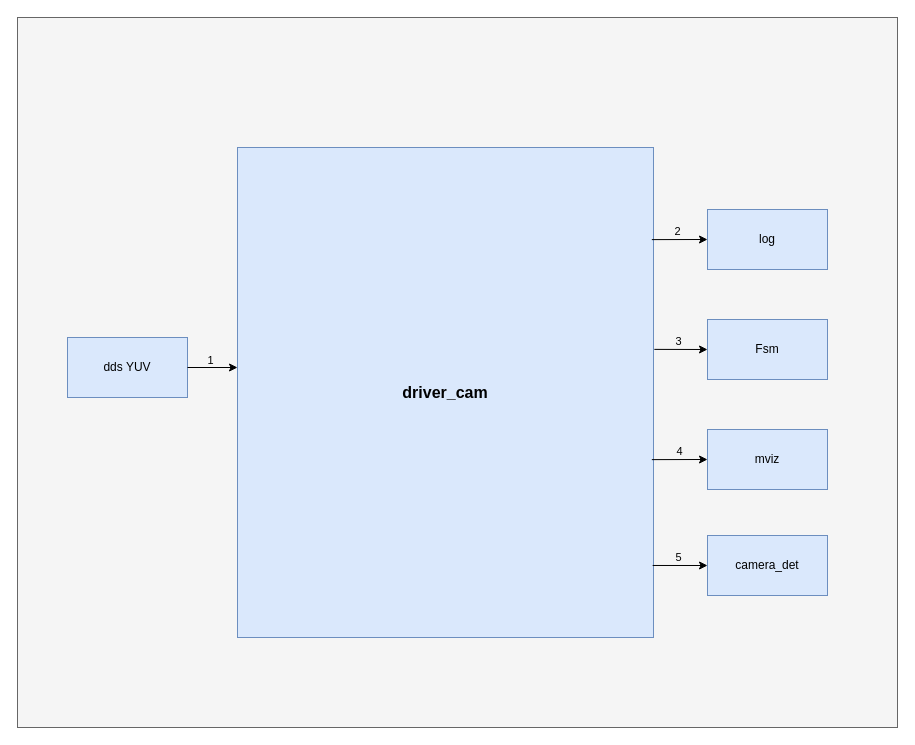
Above: venc输入输出图.drawio in xiaoleli/diagrams (draw.io), before the change. Source tidied: cells renumbered, new cells numbered last; positions are measured from the earlier drawing's top-left corner, leaving out a move shared by most shapes. Both pictures are drawn from the tidied source at 100%, with x=0, y=0 at pixel (17, 17).
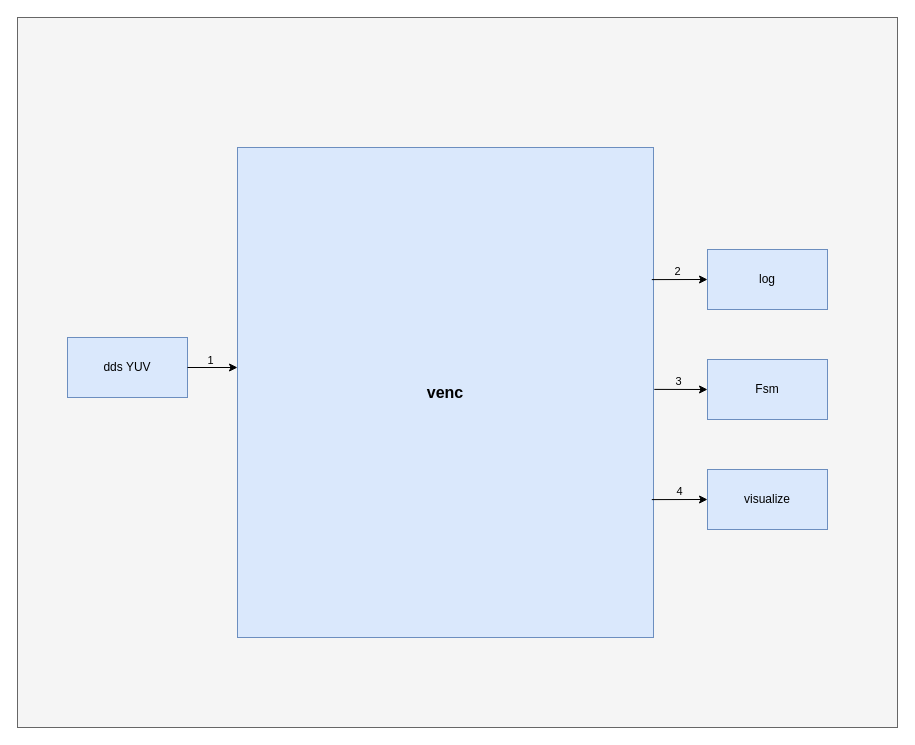
The same diagram, later.

Commit message:
更新venc输入输出图.drawio

Change to the diagram source:
```diff
@@
-    <mxCell id="3" value="&lt;b&gt;&lt;font style=&quot;font-size: 16px;&quot;&gt;driver_cam&lt;/font&gt;&lt;/b&gt;" style="rounded=0;whiteSpace=wrap;html=1;fillColor=#dae8fc;strokeColor=#6c8ebf;" parent="1" vertex="1">
+    <mxCell id="3" value="&lt;b&gt;&lt;font style=&quot;font-size: 16px;&quot;&gt;venc&lt;/font&gt;&lt;/b&gt;" style="rounded=0;whiteSpace=wrap;html=1;fillColor=#dae8fc;strokeColor=#6c8ebf;" parent="1" vertex="1">
       <mxGeometry x="220" y="130" width="416" height="490" as="geometry" />
     </mxCell>
@@
     <mxCell id="5" value="log" style="rounded=0;whiteSpace=wrap;html=1;fillColor=#dae8fc;strokeColor=#6c8ebf;" parent="1" vertex="1">
-      <mxGeometry x="690" y="192" width="120" height="60" as="geometry" />
+      <mxGeometry x="690" y="232" width="120" height="60" as="geometry" />
     </mxCell>
     <mxCell id="6" value="Fsm" style="rounded=0;whiteSpace=wrap;html=1;fillColor=#dae8fc;strokeColor=#6c8ebf;" parent="1" vertex="1">
-      <mxGeometry x="690" y="302" width="120" height="60" as="geometry" />
+      <mxGeometry x="690" y="342" width="120" height="60" as="geometry" />
     </mxCell>
-    <mxCell id="7" value="mviz" style="rounded=0;whiteSpace=wrap;html=1;fillColor=#dae8fc;strokeColor=#6c8ebf;" parent="1" vertex="1">
-      <mxGeometry x="690" y="412" width="120" height="60" as="geometry" />
+    <mxCell id="7" value="visualize" style="rounded=0;whiteSpace=wrap;html=1;fillColor=#dae8fc;strokeColor=#6c8ebf;" parent="1" vertex="1">
+      <mxGeometry x="690" y="452" width="120" height="60" as="geometry" />
     </mxCell>
-    <mxCell id="8" value="camera_det" style="rounded=0;whiteSpace=wrap;html=1;fillColor=#dae8fc;strokeColor=#6c8ebf;" parent="1" vertex="1">
-      <mxGeometry x="690" y="518" width="120" height="60" as="geometry" />
-    </mxCell>
@@
-    <mxCell id="11" style="endArrow=classic;html=1;rounded=0;exitX=0.996;exitY=0.188;exitDx=0;exitDy=0;entryX=0;entryY=0.5;entryDx=0;entryDy=0;exitPerimeter=0;" parent="1" edge="1" source="3" target="5">
-      <mxGeometry relative="1" as="geometry" />
+    <mxCell id="11" style="endArrow=classic;html=1;rounded=0;exitX=0.996;exitY=0.188;exitDx=0;exitDy=0;entryX=0;entryY=0.5;entryDx=0;entryDy=0;exitPerimeter=0;" parent="1" edge="1" target="5">
+      <mxGeometry relative="1" as="geometry">
+        <mxPoint x="634.3" y="262.1" as="sourcePoint" />
+      </mxGeometry>
     </mxCell>
@@
-    <mxCell id="13" style="endArrow=classic;html=1;rounded=0;entryX=0;entryY=0.5;entryDx=0;entryDy=0;exitX=1.002;exitY=0.412;exitDx=0;exitDy=0;exitPerimeter=0;" parent="1" edge="1" source="3" target="6">
-      <mxGeometry relative="1" as="geometry" />
+    <mxCell id="13" style="endArrow=classic;html=1;rounded=0;entryX=0;entryY=0.5;entryDx=0;entryDy=0;exitX=1.002;exitY=0.412;exitDx=0;exitDy=0;exitPerimeter=0;" parent="1" edge="1" target="6">
+      <mxGeometry relative="1" as="geometry">
+        <mxPoint x="636.8" y="371.9" as="sourcePoint" />
+      </mxGeometry>
     </mxCell>
@@
-    <mxCell id="15" style="endArrow=classic;html=1;rounded=0;entryX=0;entryY=0.5;entryDx=0;entryDy=0;exitX=0.996;exitY=0.637;exitDx=0;exitDy=0;exitPerimeter=0;" parent="1" edge="1" source="3" target="7">
-      <mxGeometry relative="1" as="geometry" />
+    <mxCell id="15" style="endArrow=classic;html=1;rounded=0;entryX=0;entryY=0.5;entryDx=0;entryDy=0;exitX=0.996;exitY=0.637;exitDx=0;exitDy=0;exitPerimeter=0;" parent="1" edge="1" target="7">
+      <mxGeometry relative="1" as="geometry">
+        <mxPoint x="634.3" y="482.1" as="sourcePoint" />
+      </mxGeometry>
     </mxCell>
@@
-    <mxCell id="17" style="endArrow=classic;html=1;rounded=0;entryX=0;entryY=0.5;entryDx=0;entryDy=0;exitX=0.998;exitY=0.853;exitDx=0;exitDy=0;exitPerimeter=0;" parent="1" edge="1" source="3" target="8">
-      <mxGeometry relative="1" as="geometry" />
-    </mxCell>
-    <mxCell id="18" value="5" style="edgeLabel;html=1;align=center;verticalAlign=middle;labelBackgroundColor=#F5F5F5;" parent="17" vertex="1">
-      <mxGeometry x="-0.07" y="1" relative="1" as="geometry">
-        <mxPoint y="-7" as="offset" />
-      </mxGeometry>
-    </mxCell>
```
